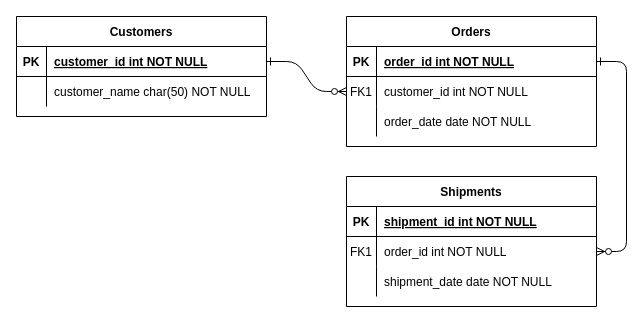
lamchi357/IT2102AppShop1 keeps this draw.io diagram as Untitled Diagram.drawio. Above is the earlier version. Source tidied: cells renumbered, new cells numbered last; positions are measured from the earlier drawing's top-left corner, leaving out a move shared by most shapes. Both pictures are drawn from the tidied source at 100%, with x=0, y=0 at pixel (16, 16).
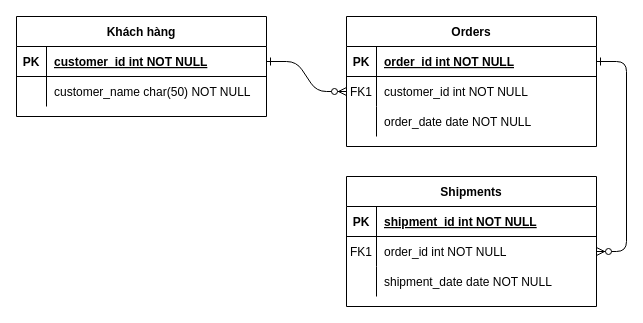
The same page after the edit.

The edit, as a diff of the source:
```diff
@@
-    <mxCell id="24" value="Customers" style="shape=table;startSize=30;childLayout=tableLayout;rowLines=0;fontStyle=1;align=center;" parent="1" vertex="1">
+    <mxCell id="24" value="Khách hàng" style="shape=table;startSize=30;childLayout=tableLayout;rowLines=0;fontStyle=1;align=center;" parent="1" vertex="1">
       <mxGeometry width="250" height="100" as="geometry" />
     </mxCell>
```
